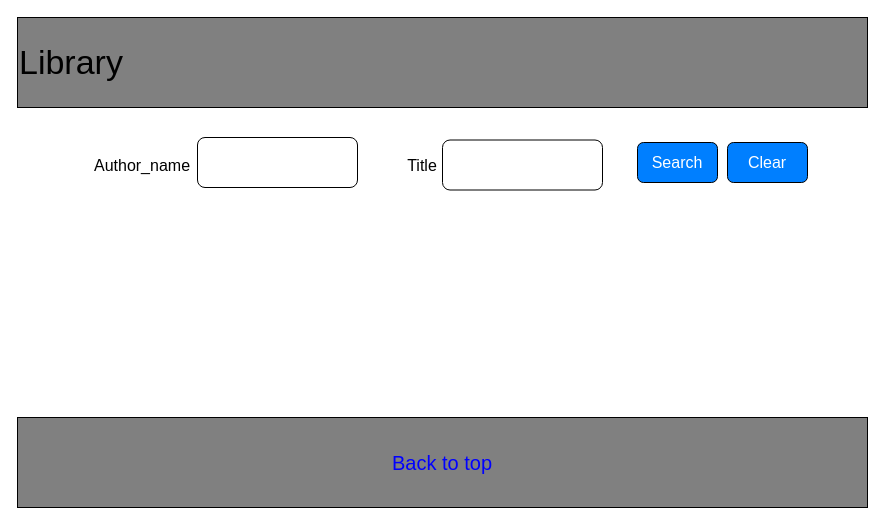
lauraaleman3/BookApi keeps this draw.io diagram as page "Start" (2 of 4) of ReactAPI.drawio. Above is the earlier version. Source tidied: cells renumbered, new cells numbered last; positions are measured from the earlier drawing's top-left corner, leaving out a move shared by most shapes. Both pictures are drawn from the tidied source at 100%, with x=0, y=0 at pixel (17, 17).
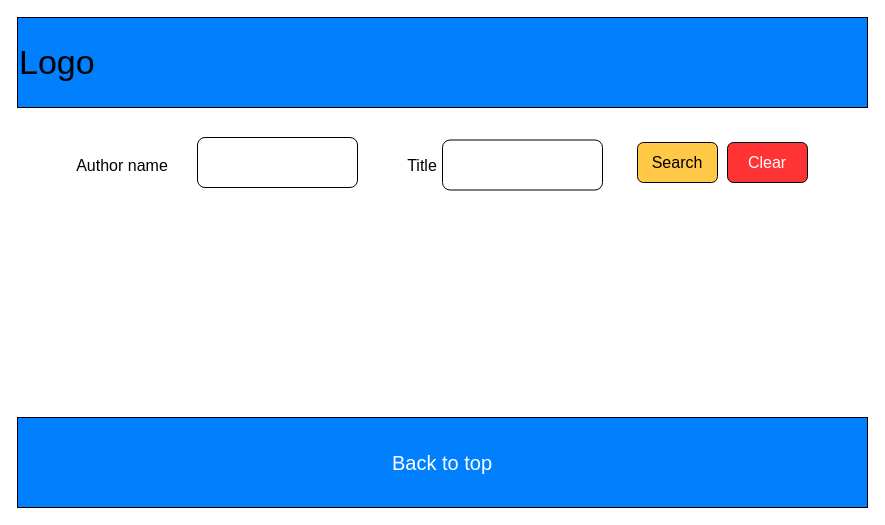
The same diagram, later.

What changed in the source:
```diff
@@
 <mxGraphModel>
   <root>
     <mxCell id="0" />
     <mxCell id="1" parent="0" />
-    <mxCell id="2" value="&lt;font style=&quot;font-size: 34px&quot;&gt;Library&lt;/font&gt;" style="rounded=0;whiteSpace=wrap;html=1;align=left;labelBackgroundColor=none;fillColor=#808080;" parent="1" vertex="1">
+    <mxCell id="2" value="&lt;font style=&quot;font-size: 34px&quot;&gt;Logo&lt;/font&gt;" style="rounded=0;whiteSpace=wrap;html=1;align=left;labelBackgroundColor=none;fillColor=#007FFF;" parent="1" vertex="1">
       <mxGeometry width="850" height="90" as="geometry" />
     </mxCell>
-    <mxCell id="3" value="&lt;font style=&quot;font-size: 20px&quot; color=&quot;#0000ff&quot;&gt;Back to top&lt;/font&gt;" style="rounded=0;whiteSpace=wrap;html=1;fillColor=#808080;" parent="1" vertex="1">
+    <mxCell id="3" value="&lt;font style=&quot;font-size: 20px&quot; color=&quot;#ffffff&quot;&gt;Back to top&lt;/font&gt;" style="rounded=0;whiteSpace=wrap;html=1;fillColor=#007FFF;" parent="1" vertex="1">
       <mxGeometry y="400" width="850" height="90" as="geometry" />
     </mxCell>
     <mxCell id="4" style="rounded=1;whiteSpace=wrap;html=1;" parent="1" vertex="1">
       <mxGeometry x="180" y="120" width="160" height="50" as="geometry" />
     </mxCell>
-    <mxCell id="5" style="rounded=1;whiteSpace=wrap;html=1;fillColor=#007FFF;fontColor=#FFFFFF;" parent="1" vertex="1">
+    <mxCell id="5" style="rounded=1;whiteSpace=wrap;html=1;fontColor=#FFFFFF;fillColor=#FFC847;" parent="1" vertex="1">
       <mxGeometry x="620" y="125" width="80" height="40" as="geometry" />
     </mxCell>
-    <mxCell id="6" value="&lt;font style=&quot;font-size: 16px&quot;&gt;Search&lt;/font&gt;" style="text;html=1;strokeColor=none;fillColor=none;align=center;verticalAlign=middle;whiteSpace=wrap;rounded=0;fontColor=#FFFFFF;" parent="1" vertex="1">
+    <mxCell id="6" value="&lt;font style=&quot;font-size: 16px&quot; color=&quot;#000000&quot;&gt;Search&lt;/font&gt;" style="text;html=1;strokeColor=none;fillColor=none;align=center;verticalAlign=middle;whiteSpace=wrap;rounded=0;fontColor=#FFFFFF;" parent="1" vertex="1">
       <mxGeometry x="635" y="135" width="50" height="20" as="geometry" />
     </mxCell>
-    <mxCell id="7" value="&lt;font style=&quot;font-size: 16px&quot;&gt;Author_name&lt;/font&gt;" style="text;html=1;strokeColor=none;fillColor=none;align=center;verticalAlign=middle;whiteSpace=wrap;rounded=0;" parent="1" vertex="1">
-      <mxGeometry x="90" y="130" width="70" height="35" as="geometry" />
+    <mxCell id="7" value="&lt;font style=&quot;font-size: 16px&quot;&gt;Author name&lt;/font&gt;" style="text;html=1;strokeColor=none;fillColor=none;align=center;verticalAlign=middle;whiteSpace=wrap;rounded=0;" parent="1" vertex="1">
+      <mxGeometry x="50" y="130" width="110" height="35" as="geometry" />
     </mxCell>
-    <mxCell id="8" style="rounded=1;whiteSpace=wrap;html=1;fillColor=#007FFF;" parent="1" vertex="1">
+    <mxCell id="8" style="rounded=1;whiteSpace=wrap;html=1;fillColor=#FF3333;" parent="1" vertex="1">
       <mxGeometry x="710" y="125" width="80" height="40" as="geometry" />
     </mxCell>
     <mxCell id="9" value="&lt;font style=&quot;font-size: 16px&quot;&gt;Clear&lt;/font&gt;" style="text;html=1;strokeColor=none;align=center;verticalAlign=middle;whiteSpace=wrap;rounded=0;fontColor=#FFFFFF;" parent="1" vertex="1">
       <mxGeometry x="725" y="135" width="50" height="20" as="geometry" />
     </mxCell>
     <mxCell id="10" value="&lt;span style=&quot;font-size: 16px&quot;&gt;Title&lt;/span&gt;" style="text;html=1;strokeColor=none;fillColor=none;align=center;verticalAlign=middle;whiteSpace=wrap;rounded=0;" parent="1" vertex="1">
       <mxGeometry x="370" y="130" width="70" height="35" as="geometry" />
     </mxCell>
     <mxCell id="11" style="rounded=1;whiteSpace=wrap;html=1;" parent="1" vertex="1">
       <mxGeometry x="425" y="122.5" width="160" height="50" as="geometry" />
     </mxCell>
   </root>
 </mxGraphModel>
```
